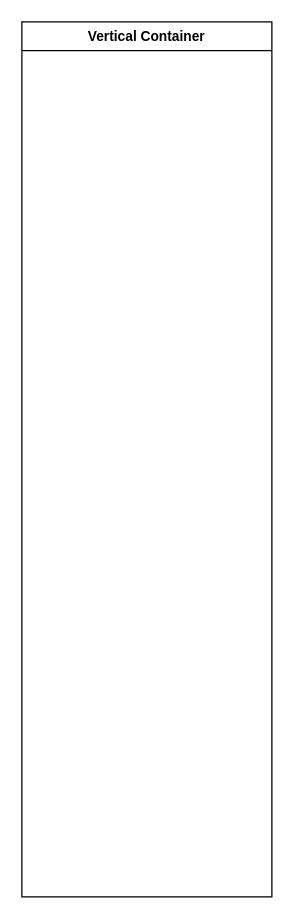
umarshd/dfd-skripsi keeps this draw.io diagram as page "Mengelolah Data User" (11 of 11) of Sistem Informasi Perpustakaan Terpadu/Diagram Tanpa Judul.drawio. Above is the earlier version. Source tidied: cells renumbered, new cells numbered last; positions are measured from the earlier drawing's top-left corner, leaving out a move shared by most shapes. Both pictures are drawn from the tidied source at 125%, with x=0, y=0 at pixel (21, 21).
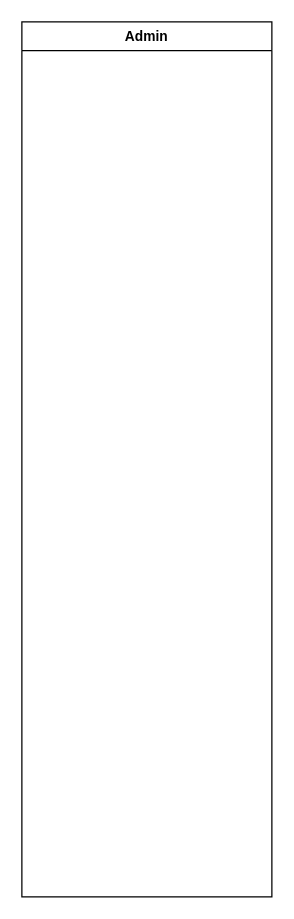
The same diagram, later.

The edit, as a diff of the source:
```diff
@@
 <mxGraphModel>
   <root>
     <mxCell id="0" />
     <mxCell id="1" parent="0" />
-    <mxCell id="2" value="Vertical Container" style="swimlane;whiteSpace=wrap;html=1;fontFamily=Helvetica;fontSize=11;fontColor=default;" parent="1" vertex="1">
+    <mxCell id="2" value="Admin" style="swimlane;whiteSpace=wrap;html=1;fontFamily=Helvetica;fontSize=11;fontColor=default;" parent="1" vertex="1">
       <mxGeometry width="200" height="700" as="geometry" />
     </mxCell>
   </root>
 </mxGraphModel>
```
